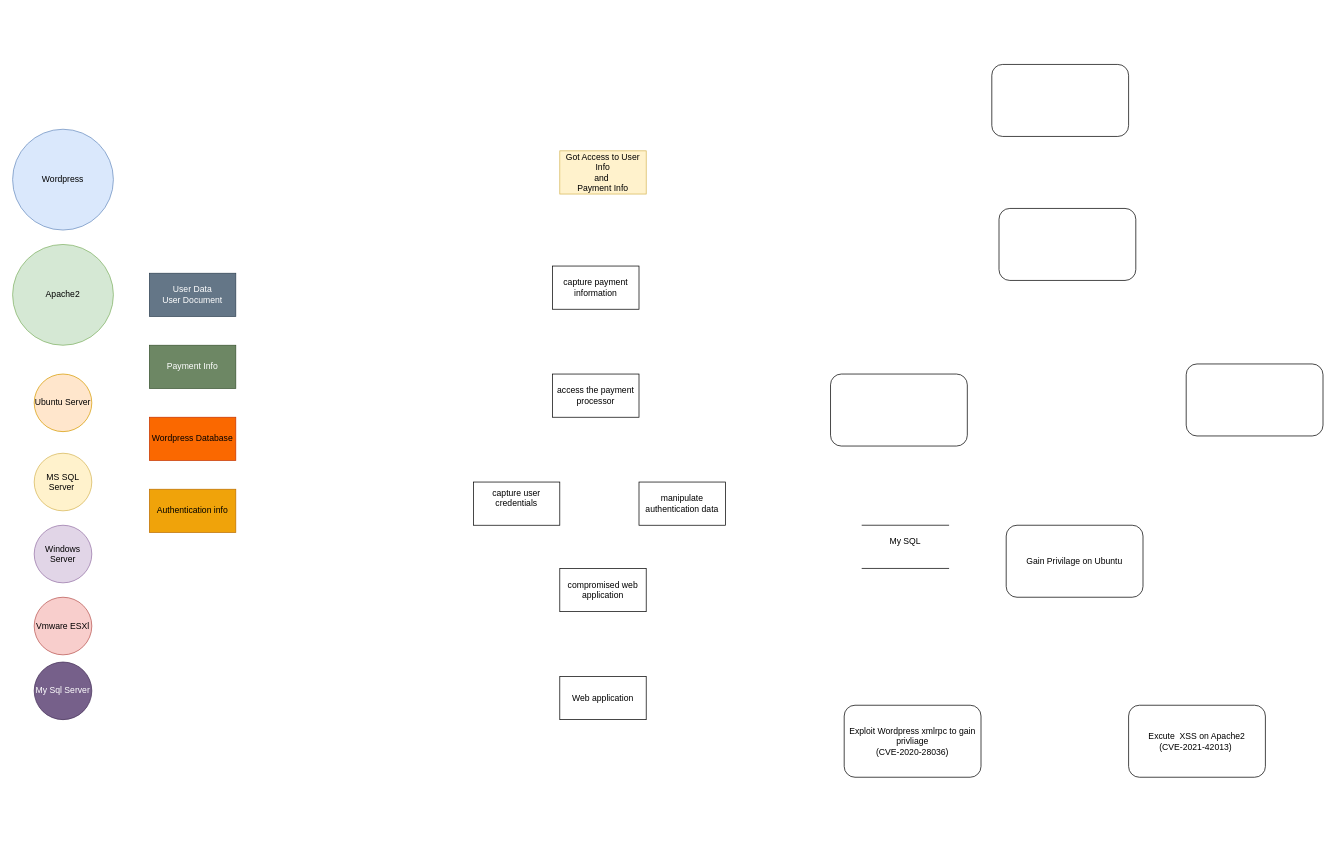
This is page "Page-11" (11 of 12) of duk_website.drawio from 00Himanshu/System-Security-and-Risk-Analysis, a draw.io file, before an edit. Source tidied: cells renumbered, new cells numbered last; positions are measured from the earlier drawing's top-left corner, leaving out a move shared by most shapes. Both pictures are drawn from the tidied source at 72%, with x=0, y=0 at pixel (12, 64).
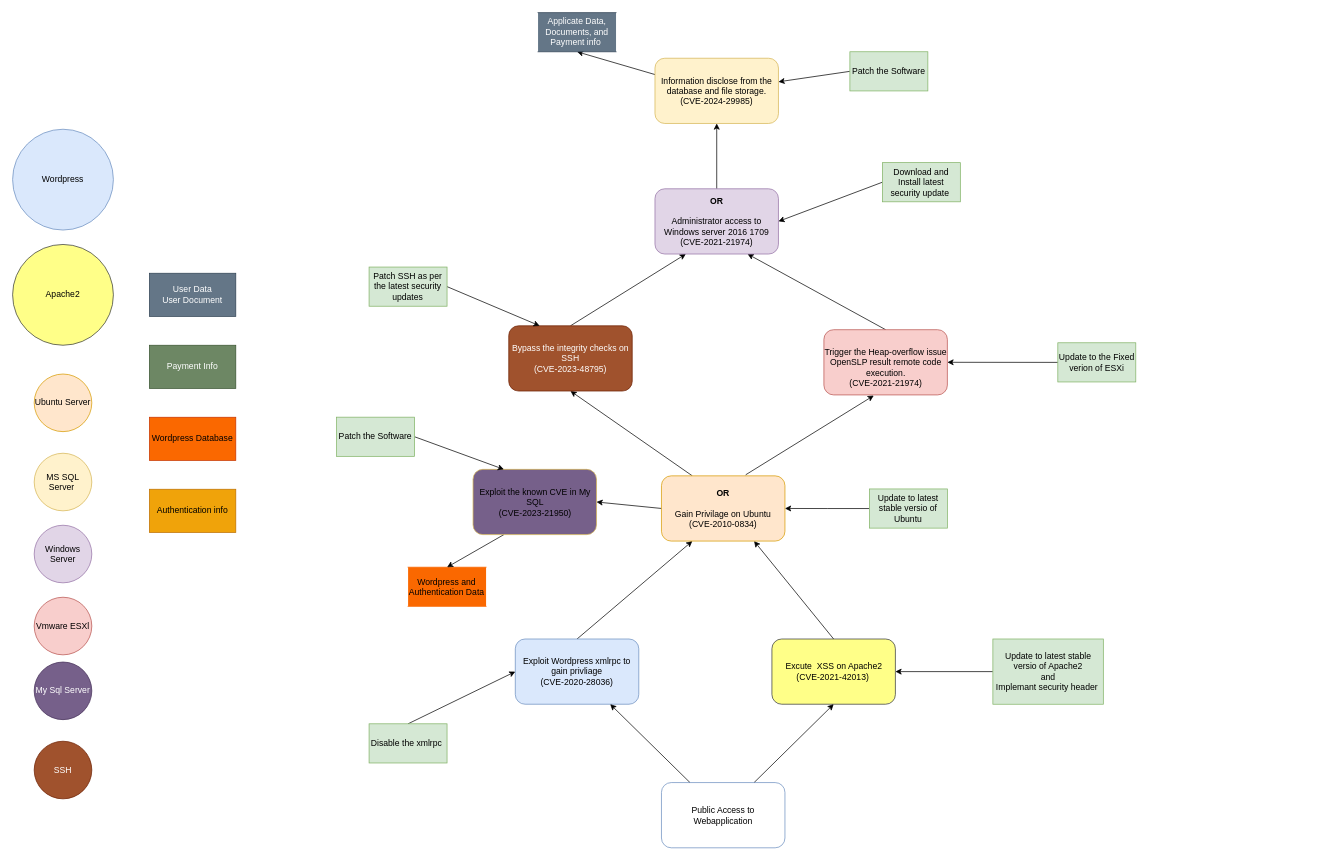
The same page after the edit.

Change to the diagram source:
```diff
@@
-    <mxCell id="8" value="Apache2" style="ellipse;whiteSpace=wrap;html=1;fillColor=#d5e8d4;strokeColor=#82b366;" parent="1" vertex="1">
+    <mxCell id="8" value="Apache2" style="ellipse;whiteSpace=wrap;html=1;fillColor=#ffff88;strokeColor=#36393d;" parent="1" vertex="1">
       <mxGeometry y="250" width="140" height="140" as="geometry" />
     </mxCell>
@@
-    <mxCell id="13" value="Got Access to User Info&lt;div&gt;and&amp;nbsp;&lt;/div&gt;&lt;div&gt;Payment Info&lt;/div&gt;" style="rounded=0;whiteSpace=wrap;html=1;fillColor=#fff2cc;strokeColor=#d6b656;" parent="1" vertex="1">
-      <mxGeometry x="760" y="120" width="120" height="60" as="geometry" />
-    </mxCell>
-    <mxCell id="14" value="Web application" style="rounded=0;whiteSpace=wrap;html=1;" parent="1" vertex="1">
-      <mxGeometry x="760" y="850" width="120" height="60" as="geometry" />
-    </mxCell>
-    <mxCell id="15" value=" compromised web application" style="rounded=0;whiteSpace=wrap;html=1;" parent="1" vertex="1">
-      <mxGeometry x="760" y="700" width="120" height="60" as="geometry" />
-    </mxCell>
-    <mxCell id="16" value="&#10;capture user credentials&#10;&#10;" style="rounded=0;whiteSpace=wrap;html=1;" parent="1" vertex="1">
-      <mxGeometry x="640" y="580" width="120" height="60" as="geometry" />
-    </mxCell>
-    <mxCell id="17" value="manipulate authentication data" style="rounded=0;whiteSpace=wrap;html=1;" parent="1" vertex="1">
-      <mxGeometry x="870" y="580" width="120" height="60" as="geometry" />
-    </mxCell>
-    <mxCell id="18" value="access the payment processor" style="rounded=0;whiteSpace=wrap;html=1;" parent="1" vertex="1">
-      <mxGeometry x="750" y="430" width="120" height="60" as="geometry" />
-    </mxCell>
-    <mxCell id="19" value="capture payment information" style="rounded=0;whiteSpace=wrap;html=1;" parent="1" vertex="1">
-      <mxGeometry x="750" y="280" width="120" height="60" as="geometry" />
-    </mxCell>
+    <mxCell id="28" value="SSH" style="ellipse;whiteSpace=wrap;html=1;fillColor=#a0522d;fontColor=#ffffff;strokeColor=#6D1F00;" parent="1" vertex="1">
+      <mxGeometry x="30" y="940" width="80" height="80" as="geometry" />
+    </mxCell>
+    <mxCell id="29" style="group;" parent="1" vertex="1">
+      <mxGeometry x="450" y="-72" width="1110" height="1160" as="geometry" />
+    </mxCell>
+    <mxCell id="30" style="rounded=0;jettySize=auto;html=1;exitX=0.5;exitY=0;exitDx=0;exitDy=0;entryX=0.25;entryY=1;entryDx=0;entryDy=0;" parent="29" edge="1" source="20" target="22">
+      <mxGeometry relative="1" as="geometry" />
+    </mxCell>
-    <mxCell id="20" value="Exploit Wordpress xmlrpc to gain privliage&lt;div&gt;(CVE-2020-28036)&lt;/div&gt;" style="rounded=1;whiteSpace=wrap;html=1;" parent="1" vertex="1">
-      <mxGeometry x="1155" y="890" width="190" height="100" as="geometry" />
+    <mxCell id="20" value="Exploit Wordpress xmlrpc to gain privliage&lt;div&gt;(CVE-2020-28036)&lt;/div&gt;" style="rounded=1;whiteSpace=wrap;html=1;fillColor=#dae8fc;strokeColor=#6c8ebf;" parent="29" vertex="1">
+      <mxGeometry x="248.2" y="870" width="171.5" height="90.6" as="geometry" />
     </mxCell>
+    <mxCell id="31" style="rounded=0;jettySize=auto;html=1;exitX=0.5;exitY=0;exitDx=0;exitDy=0;entryX=0.75;entryY=1;entryDx=0;entryDy=0;" parent="29" edge="1" source="21" target="22">
+      <mxGeometry relative="1" as="geometry" />
+    </mxCell>
-    <mxCell id="21" value="Excute&amp;nbsp; XSS on Apache2&lt;div&gt;(CVE-2021-42013)&amp;nbsp;&lt;/div&gt;" style="rounded=1;whiteSpace=wrap;html=1;" parent="1" vertex="1">
-      <mxGeometry x="1550" y="890" width="190" height="100" as="geometry" />
+    <mxCell id="21" value="Excute&amp;nbsp; XSS on Apache2&lt;div&gt;(CVE-2021-42013)&amp;nbsp;&lt;/div&gt;" style="rounded=1;whiteSpace=wrap;html=1;fillColor=#ffff88;strokeColor=#36393d;" parent="29" vertex="1">
+      <mxGeometry x="604.6" y="870" width="171.5" height="90.6" as="geometry" />
     </mxCell>
+    <mxCell id="32" style="rounded=0;jettySize=auto;html=1;exitX=0;exitY=0.5;exitDx=0;exitDy=0;entryX=1;entryY=0.5;entryDx=0;entryDy=0;" parent="29" edge="1" source="22" target="41">
+      <mxGeometry relative="1" as="geometry" />
+    </mxCell>
+    <mxCell id="33" style="rounded=0;jettySize=auto;html=1;exitX=0.25;exitY=0;exitDx=0;exitDy=0;entryX=0.5;entryY=1;entryDx=0;entryDy=0;" parent="29" edge="1" source="22" target="24">
+      <mxGeometry relative="1" as="geometry" />
+    </mxCell>
-    <mxCell id="22" value="Gain Privilage on Ubuntu" style="rounded=1;whiteSpace=wrap;html=1;" parent="1" vertex="1">
-      <mxGeometry x="1380" y="640" width="190" height="100" as="geometry" />
+    <mxCell id="22" value="&lt;div&gt;&lt;b&gt;OR&lt;/b&gt;&lt;/div&gt;&lt;div&gt;&lt;br&gt;&lt;/div&gt;Gain Privilage on Ubuntu&lt;div&gt;(CVE-2010-0834)&lt;/div&gt;" style="rounded=1;whiteSpace=wrap;html=1;fillColor=#ffe6cc;strokeColor=#d79b00;" parent="29" vertex="1">
+      <mxGeometry x="451.2" y="643.4" width="171.5" height="90.6" as="geometry" />
     </mxCell>
+    <mxCell id="34" style="rounded=0;jettySize=auto;html=1;exitX=0.5;exitY=0;exitDx=0;exitDy=0;entryX=0.75;entryY=1;entryDx=0;entryDy=0;" parent="29" edge="1" source="23" target="25">
+      <mxGeometry relative="1" as="geometry" />
+    </mxCell>
-    <mxCell id="23" style="rounded=1;whiteSpace=wrap;html=1;" parent="1" vertex="1">
-      <mxGeometry x="1630" y="416" width="190" height="100" as="geometry" />
+    <mxCell id="23" value="&lt;div&gt;&lt;br&gt;&lt;/div&gt;Trigger the Heap-overflow issue OpenSLP result remote code execution.&lt;div&gt;(CVE-2021-21974)&lt;/div&gt;" style="rounded=1;whiteSpace=wrap;html=1;fillColor=#f8cecc;strokeColor=#b85450;" parent="29" vertex="1">
+      <mxGeometry x="676.8" y="440.4" width="171.5" height="90.6" as="geometry" />
     </mxCell>
+    <mxCell id="35" style="rounded=0;jettySize=auto;html=1;exitX=0.5;exitY=0;exitDx=0;exitDy=0;entryX=0.25;entryY=1;entryDx=0;entryDy=0;" parent="29" edge="1" source="24" target="25">
+      <mxGeometry relative="1" as="geometry" />
+    </mxCell>
-    <mxCell id="24" style="rounded=1;whiteSpace=wrap;html=1;" parent="1" vertex="1">
-      <mxGeometry x="1136" y="430" width="190" height="100" as="geometry" />
+    <mxCell id="24" value="Bypass the integrity checks on SSH&lt;div&gt;(CVE-2023-48795)&lt;/div&gt;" style="rounded=1;whiteSpace=wrap;html=1;fillColor=#a0522d;fontColor=#ffffff;strokeColor=#6D1F00;" parent="29" vertex="1">
+      <mxGeometry x="239.1" y="435" width="171.5" height="90.6" as="geometry" />
     </mxCell>
+    <mxCell id="36" style="rounded=0;jettySize=auto;html=1;exitX=0.5;exitY=0;exitDx=0;exitDy=0;entryX=0.5;entryY=1;entryDx=0;entryDy=0;" parent="29" edge="1" source="25" target="26">
+      <mxGeometry relative="1" as="geometry" />
+    </mxCell>
-    <mxCell id="25" style="rounded=1;whiteSpace=wrap;html=1;" parent="1" vertex="1">
-      <mxGeometry x="1370" y="200" width="190" height="100" as="geometry" />
+    <mxCell id="25" value="&lt;b&gt;OR&lt;br&gt;&lt;br&gt;&lt;/b&gt;&lt;div&gt;Administrator access to Windows server 2016 1709&lt;/div&gt;&lt;div&gt;(CVE-2021-21974)&lt;/div&gt;" style="rounded=1;whiteSpace=wrap;html=1;fillColor=#e1d5e7;strokeColor=#9673a6;" parent="29" vertex="1">
+      <mxGeometry x="442.2" y="244.7" width="171.5" height="90.6" as="geometry" />
     </mxCell>
+    <mxCell id="37" style="rounded=0;jettySize=auto;html=1;exitX=0;exitY=0.25;exitDx=0;exitDy=0;entryX=0.5;entryY=1;entryDx=0;entryDy=0;" parent="29" edge="1" source="26" target="38">
+      <mxGeometry relative="1" as="geometry" />
+    </mxCell>
-    <mxCell id="26" style="rounded=1;whiteSpace=wrap;html=1;" parent="1" vertex="1">
-      <mxGeometry x="1360" width="190" height="100" as="geometry" />
+    <mxCell id="26" value="Information disclose from the database and file storage.&lt;div&gt;(CVE-2024-29985)&lt;/div&gt;" style="rounded=1;whiteSpace=wrap;html=1;fillColor=#fff2cc;strokeColor=#d6b656;" parent="29" vertex="1">
+      <mxGeometry x="442.2" y="63.4" width="171.5" height="90.6" as="geometry" />
     </mxCell>
-    <mxCell id="27" value="My SQL&lt;div&gt;&lt;br&gt;&lt;/div&gt;" style="shape=partialRectangle;whiteSpace=wrap;html=1;left=0;right=0;fillColor=none;" parent="1" vertex="1">
-      <mxGeometry x="1180" y="640" width="120" height="60" as="geometry" />
+    <mxCell id="27" value="Wordpress and Authentication Data" style="shape=partialRectangle;whiteSpace=wrap;html=1;left=0;right=0;fillColor=#FA6800;strokeColor=#FA6800;" parent="29" vertex="1">
+      <mxGeometry x="99.3" y="770.3" width="108.3" height="54.4" as="geometry" />
     </mxCell>
+    <mxCell id="38" value="Applicate Data, Documents, and Payment info&amp;nbsp;" style="shape=partialRectangle;whiteSpace=wrap;html=1;left=0;right=0;fillColor=#647687;fontColor=#ffffff;strokeColor=#314354;" parent="29" vertex="1">
+      <mxGeometry x="279.8" width="108.3" height="54.4" as="geometry" />
+    </mxCell>
+    <mxCell id="39" style="rounded=0;jettySize=auto;html=1;exitX=0.682;exitY=-0.016;exitDx=0;exitDy=0;entryX=0.404;entryY=1.01;entryDx=0;entryDy=0;entryPerimeter=0;exitPerimeter=0;" parent="29" edge="1" source="22" target="23">
+      <mxGeometry relative="1" as="geometry" />
+    </mxCell>
+    <mxCell id="40" style="rounded=0;jettySize=auto;html=1;exitX=0.25;exitY=1;exitDx=0;exitDy=0;entryX=0.5;entryY=0;entryDx=0;entryDy=0;fontFamily=Helvetica;fontSize=12;fontColor=default;" parent="29" edge="1" source="41" target="27">
+      <mxGeometry relative="1" as="geometry" />
+    </mxCell>
+    <mxCell id="41" value="Exploit the known CVE in My SQL&lt;div&gt;(CVE-2023-21950)&lt;/div&gt;" style="rounded=1;whiteSpace=wrap;html=1;fillColor=#76608A;strokeColor=#d6b656;" parent="29" vertex="1">
+      <mxGeometry x="189.5" y="634.4" width="171.5" height="90.6" as="geometry" />
+    </mxCell>
+    <mxCell id="42" style="rounded=0;jettySize=auto;html=1;fontFamily=Helvetica;fontSize=12;fontColor=default;" parent="29" edge="1" source="44" target="20">
+      <mxGeometry relative="1" as="geometry" />
+    </mxCell>
+    <mxCell id="43" style="rounded=0;jettySize=auto;html=1;exitX=0.75;exitY=0;exitDx=0;exitDy=0;entryX=0.5;entryY=1;entryDx=0;entryDy=0;fontFamily=Helvetica;fontSize=12;fontColor=default;" parent="29" edge="1" source="44" target="21">
+      <mxGeometry relative="1" as="geometry" />
+    </mxCell>
+    <mxCell id="44" value="Public Access to Webapplication" style="rounded=1;whiteSpace=wrap;html=1;fillColor=none;strokeColor=#6c8ebf;" parent="29" vertex="1">
+      <mxGeometry x="451.2" y="1069.4" width="171.5" height="90.6" as="geometry" />
+    </mxCell>
+    <mxCell id="45" style="rounded=0;jettySize=auto;html=1;exitX=0.5;exitY=0;exitDx=0;exitDy=0;entryX=0;entryY=0.5;entryDx=0;entryDy=0;fontFamily=Helvetica;fontSize=12;fontColor=default;" parent="29" edge="1" source="46" target="20">
+      <mxGeometry relative="1" as="geometry" />
+    </mxCell>
+    <mxCell id="46" value="Disable the xmlrpc&amp;nbsp;" style="rounded=0;whiteSpace=wrap;html=1;strokeColor=#82b366;align=center;verticalAlign=middle;fontFamily=Helvetica;fontSize=12;fillColor=#d5e8d4;" parent="29" vertex="1">
+      <mxGeometry x="45.1" y="987.8" width="108.3" height="54.4" as="geometry" />
+    </mxCell>
+    <mxCell id="47" style="rounded=0;jettySize=auto;html=1;exitX=0;exitY=0.5;exitDx=0;exitDy=0;entryX=1;entryY=0.5;entryDx=0;entryDy=0;fontFamily=Helvetica;fontSize=12;fontColor=default;" parent="29" edge="1" source="48" target="21">
+      <mxGeometry relative="1" as="geometry" />
+    </mxCell>
+    <mxCell id="48" value="Update to latest stable versio of Apache2&lt;div&gt;&amp;nbsp;and&amp;nbsp;&lt;/div&gt;&lt;div&gt;Implemant security header&amp;nbsp;&lt;/div&gt;" style="rounded=0;whiteSpace=wrap;html=1;strokeColor=#82b366;align=center;verticalAlign=middle;fontFamily=Helvetica;fontSize=12;fillColor=#d5e8d4;" parent="29" vertex="1">
+      <mxGeometry x="911.5" y="870" width="153.4" height="90.6" as="geometry" />
+    </mxCell>
+    <mxCell id="49" style="rounded=0;jettySize=auto;html=1;exitX=1;exitY=0.5;exitDx=0;exitDy=0;fontFamily=Helvetica;fontSize=12;fontColor=default;entryX=0.25;entryY=0;entryDx=0;entryDy=0;" parent="29" edge="1" source="50" target="41">
+      <mxGeometry relative="1" as="geometry" />
+    </mxCell>
+    <mxCell id="50" value="Patch the Software" style="rounded=0;whiteSpace=wrap;html=1;strokeColor=#82b366;align=center;verticalAlign=middle;fontFamily=Helvetica;fontSize=12;fontColor=default;fillColor=#d5e8d4;" parent="29" vertex="1">
+      <mxGeometry y="561.9" width="108.3" height="54.4" as="geometry" />
+    </mxCell>
+    <mxCell id="51" style="edgeStyle=orthogonalEdgeStyle;rounded=0;jettySize=auto;html=1;exitX=0;exitY=0.5;exitDx=0;exitDy=0;entryX=1;entryY=0.5;entryDx=0;entryDy=0;fontFamily=Helvetica;fontSize=12;fontColor=default;" parent="29" edge="1" source="52" target="22">
+      <mxGeometry relative="1" as="geometry" />
+    </mxCell>
+    <mxCell id="52" value="Update to latest stable versio of Ubuntu" style="rounded=0;whiteSpace=wrap;html=1;strokeColor=#82b366;align=center;verticalAlign=middle;fontFamily=Helvetica;fontSize=12;fillColor=#d5e8d4;" parent="29" vertex="1">
+      <mxGeometry x="740" y="661.6" width="108.3" height="54.4" as="geometry" />
+    </mxCell>
+    <mxCell id="53" style="rounded=0;jettySize=auto;html=1;exitX=0;exitY=0.5;exitDx=0;exitDy=0;entryX=1;entryY=0.5;entryDx=0;entryDy=0;fontFamily=Helvetica;fontSize=12;fontColor=default;" parent="29" edge="1" source="54" target="23">
+      <mxGeometry relative="1" as="geometry" />
+    </mxCell>
+    <mxCell id="54" value="Update to the Fixed verion of ESXi" style="rounded=0;whiteSpace=wrap;html=1;strokeColor=#82b366;align=center;verticalAlign=middle;fontFamily=Helvetica;fontSize=12;fontColor=default;fillColor=#d5e8d4;" parent="29" vertex="1">
+      <mxGeometry x="1001.7" y="458.6" width="108.3" height="54.4" as="geometry" />
+    </mxCell>
+    <mxCell id="55" style="rounded=0;jettySize=auto;html=1;exitX=1;exitY=0.5;exitDx=0;exitDy=0;entryX=0.25;entryY=0;entryDx=0;entryDy=0;fontFamily=Helvetica;fontSize=12;fontColor=default;" parent="29" edge="1" source="56" target="24">
+      <mxGeometry relative="1" as="geometry" />
+    </mxCell>
+    <mxCell id="56" value="Patch SSH as per the latest security updates" style="rounded=0;whiteSpace=wrap;html=1;strokeColor=#82b366;align=center;verticalAlign=middle;fontFamily=Helvetica;fontSize=12;fontColor=default;fillColor=#d5e8d4;" parent="29" vertex="1">
+      <mxGeometry x="45.1" y="353.4" width="108.3" height="54.4" as="geometry" />
+    </mxCell>
+    <mxCell id="57" style="rounded=0;jettySize=auto;html=1;exitX=0;exitY=0.5;exitDx=0;exitDy=0;entryX=1;entryY=0.5;entryDx=0;entryDy=0;fontFamily=Helvetica;fontSize=12;fontColor=default;" parent="29" edge="1" source="58" target="25">
+      <mxGeometry relative="1" as="geometry" />
+    </mxCell>
+    <mxCell id="58" value="Download and Install latest security update&amp;nbsp;" style="rounded=0;whiteSpace=wrap;html=1;strokeColor=#82b366;align=center;verticalAlign=middle;fontFamily=Helvetica;fontSize=12;fontColor=default;fillColor=#d5e8d4;" parent="29" vertex="1">
+      <mxGeometry x="758" y="208.4" width="108.3" height="54.4" as="geometry" />
+    </mxCell>
+    <mxCell id="59" style="rounded=0;jettySize=auto;html=1;exitX=0;exitY=0.5;exitDx=0;exitDy=0;fontFamily=Helvetica;fontSize=12;fontColor=default;" parent="29" edge="1" source="60" target="26">
+      <mxGeometry relative="1" as="geometry" />
+    </mxCell>
+    <mxCell id="60" value="Patch the Software" style="rounded=0;whiteSpace=wrap;html=1;strokeColor=#82b366;align=center;verticalAlign=middle;fontFamily=Helvetica;fontSize=12;fontColor=default;fillColor=#d5e8d4;" parent="29" vertex="1">
+      <mxGeometry x="712.9" y="54.4" width="108.3" height="54.4" as="geometry" />
+    </mxCell>
```
